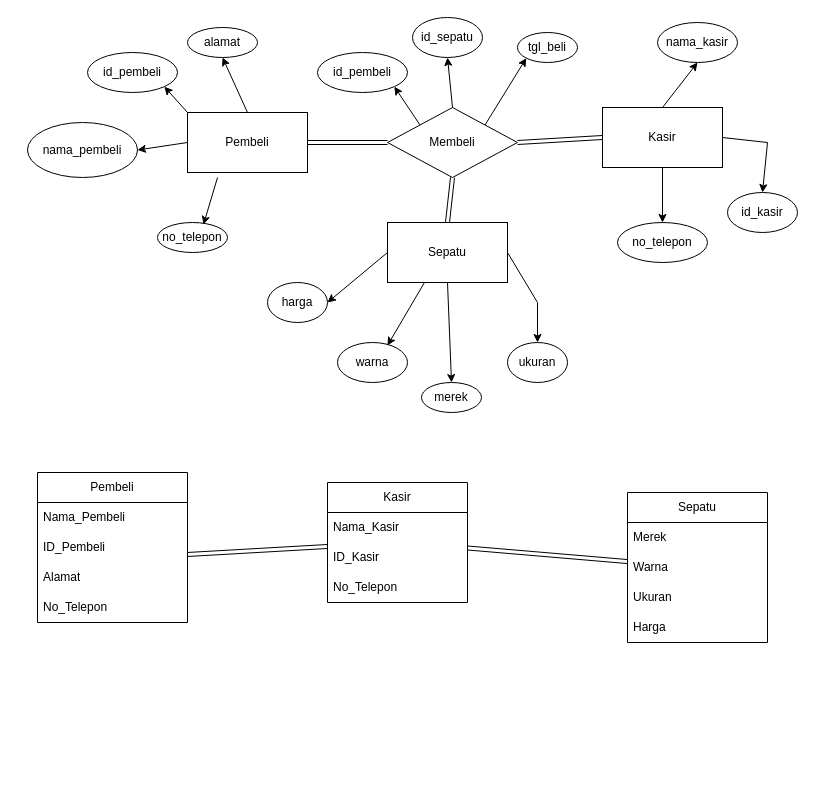
rizalmhmd/Bot-Wa keeps this draw.io diagram as Diagram Tanpa Judul.drawio. Above is the earlier version. Source tidied: cells renumbered, new cells numbered last; positions are measured from the earlier drawing's top-left corner, leaving out a move shared by most shapes. Both pictures are drawn from the tidied source at 100%, with x=0, y=0 at pixel (27, 17).
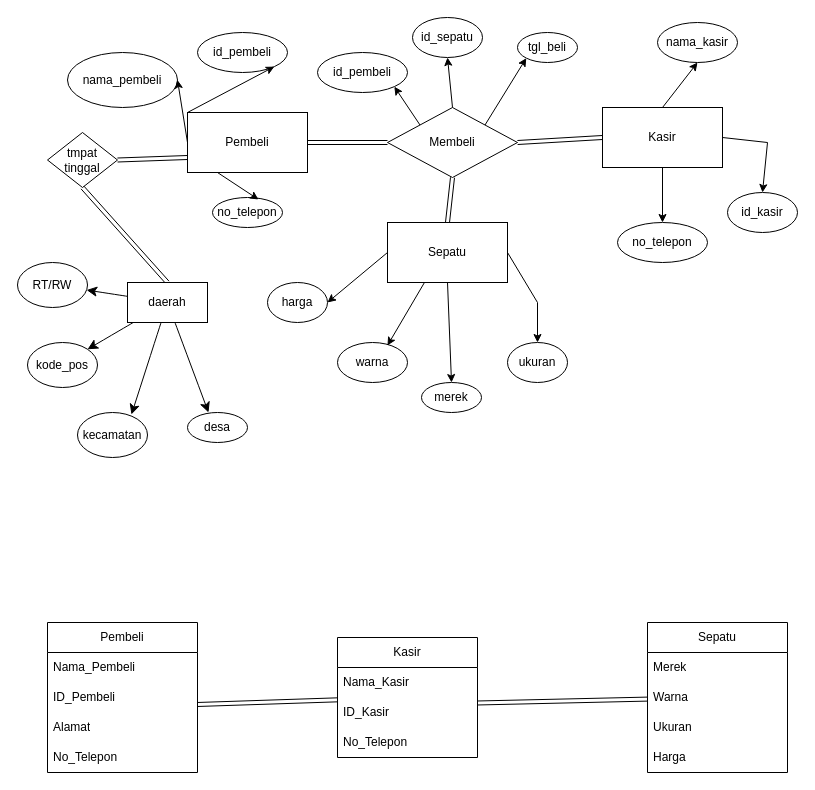
The same diagram, later.

Commit message:
Pemutakhiran Diagram Tanpa Judul

Unchanged cells that the change refers to:
```xml
<mxCell id="2" value="Pembeli" style="rounded=0;whiteSpace=wrap;html=1;" parent="1" vertex="1">
  <mxGeometry x="160" y="95" width="120" height="60" as="geometry" />
</mxCell>
```

What changed in the source:
```diff
@@
     <mxCell id="9" value="nama_pembeli" style="ellipse;whiteSpace=wrap;html=1;" parent="1" vertex="1">
-      <mxGeometry y="105" width="110" height="55" as="geometry" />
+      <mxGeometry x="40" y="35" width="110" height="55" as="geometry" />
     </mxCell>
-    <mxCell id="10" value="alamat" style="ellipse;whiteSpace=wrap;html=1;" parent="1" vertex="1">
-      <mxGeometry x="160" y="10" width="70" height="30" as="geometry" />
-    </mxCell>
     <mxCell id="11" value="no_telepon" style="ellipse;whiteSpace=wrap;html=1;" parent="1" vertex="1">
-      <mxGeometry x="130" y="205" width="70" height="30" as="geometry" />
+      <mxGeometry x="185" y="180" width="70" height="30" as="geometry" />
     </mxCell>
-    <mxCell id="12" style="endArrow=classic;html=1;rounded=0;entryX=0.657;entryY=0.067;entryDx=0;entryDy=0;entryPerimeter=0;" parent="1" edge="1" target="11">
-      <mxGeometry relative="1" as="geometry">
-        <mxPoint x="190" y="160" as="sourcePoint" />
-      </mxGeometry>
+    <mxCell id="12" style="endArrow=classic;html=1;rounded=0;entryX=0.657;entryY=0.067;entryDx=0;entryDy=0;entryPerimeter=0;exitX=0.25;exitY=1;exitDx=0;exitDy=0;exitPerimeter=0;" parent="1" edge="1" source="2" target="11">
+      <mxGeometry relative="1" as="geometry" />
     </mxCell>
-    <mxCell id="13" style="endArrow=classic;html=1;rounded=0;entryX=0.5;entryY=1;entryDx=0;entryDy=0;exitX=0.5;exitY=0;exitDx=0;exitDy=0;" parent="1" edge="1" source="2" target="10">
-      <mxGeometry relative="1" as="geometry" />
-    </mxCell>
@@
     <mxCell id="15" value="id_pembeli" style="ellipse;whiteSpace=wrap;html=1;" parent="1" vertex="1">
-      <mxGeometry x="60" y="35" width="90" height="40" as="geometry" />
+      <mxGeometry x="170" y="15" width="90" height="40" as="geometry" />
     </mxCell>
@@
     <mxCell id="37" value="Pembeli" style="swimlane;fontStyle=0;horizontal=1;startSize=30;whiteSpace=wrap;html=1;" parent="1" vertex="1">
-      <mxGeometry x="10" y="455" width="150" height="150" as="geometry" />
+      <mxGeometry x="20" y="605" width="150" height="150" as="geometry" />
     </mxCell>
@@
     <mxCell id="43" value="Kasir" style="swimlane;fontStyle=0;horizontal=1;startSize=30;whiteSpace=wrap;html=1;" parent="1" vertex="1">
-      <mxGeometry x="300" y="465" width="140" height="120" as="geometry" />
+      <mxGeometry x="310" y="620" width="140" height="120" as="geometry" />
     </mxCell>
@@
     <mxCell id="48" value="Sepatu" style="swimlane;fontStyle=0;horizontal=1;startSize=30;whiteSpace=wrap;html=1;" parent="1" vertex="1">
-      <mxGeometry x="600" y="475" width="140" height="150" as="geometry" />
+      <mxGeometry x="620" y="605" width="140" height="150" as="geometry" />
     </mxCell>
@@
+    <mxCell id="54" style="edgeStyle=none;curved=1;rounded=0;orthogonalLoop=1;jettySize=auto;html=1;exitX=0;exitY=1;exitDx=0;exitDy=0;fontSize=12;startSize=8;endSize=8;" parent="1" edge="1">
+      <mxGeometry relative="1" as="geometry">
+        <mxPoint x="120" y="320" as="sourcePoint" />
+        <mxPoint x="120" y="320" as="targetPoint" />
+      </mxGeometry>
+    </mxCell>
+    <mxCell id="55" value="kode_pos" style="ellipse;whiteSpace=wrap;html=1;" parent="1" vertex="1">
+      <mxGeometry y="325" width="70" height="45" as="geometry" />
+    </mxCell>
+    <mxCell id="56" value="desa" style="ellipse;whiteSpace=wrap;html=1;" parent="1" vertex="1">
+      <mxGeometry x="160" y="395" width="60" height="30" as="geometry" />
+    </mxCell>
+    <mxCell id="57" value="kecamatan" style="ellipse;whiteSpace=wrap;html=1;" parent="1" vertex="1">
+      <mxGeometry x="50" y="395" width="70" height="45" as="geometry" />
+    </mxCell>
+    <mxCell id="58" value="RT/RW" style="ellipse;whiteSpace=wrap;html=1;" parent="1" vertex="1">
+      <mxGeometry x="-10" y="245" width="70" height="45" as="geometry" />
+    </mxCell>
+    <mxCell id="59" style="shape=link;html=1;rounded=0;fontSize=12;startSize=8;endSize=8;curved=1;entryX=0;entryY=0.75;entryDx=0;entryDy=0;exitX=1;exitY=0.5;exitDx=0;exitDy=0;" parent="1" edge="1" source="60" target="2">
+      <mxGeometry relative="1" as="geometry" />
+    </mxCell>
+    <mxCell id="60" value="tmpat tinggal" style="rhombus;whiteSpace=wrap;html=1;" parent="1" vertex="1">
+      <mxGeometry x="20" y="115" width="70" height="55" as="geometry" />
+    </mxCell>
+    <mxCell id="61" style="shape=link;html=1;rounded=0;fontSize=12;startSize=8;endSize=8;curved=1;exitX=0.5;exitY=1;exitDx=0;exitDy=0;entryX=0.5;entryY=0;entryDx=0;entryDy=0;" parent="1" edge="1" source="60" target="64">
+      <mxGeometry relative="1" as="geometry" />
+    </mxCell>
+    <mxCell id="62" style="edgeStyle=none;curved=1;rounded=0;jettySize=auto;html=1;fontSize=12;startSize=8;endSize=8;" parent="1" edge="1" source="64" target="58">
+      <mxGeometry relative="1" as="geometry" />
+    </mxCell>
+    <mxCell id="63" style="edgeStyle=none;curved=1;rounded=0;jettySize=auto;html=1;entryX=1;entryY=0;entryDx=0;entryDy=0;fontSize=12;startSize=8;endSize=8;" parent="1" edge="1" source="64" target="55">
+      <mxGeometry relative="1" as="geometry" />
+    </mxCell>
+    <mxCell id="64" value="daerah" style="rounded=0;whiteSpace=wrap;html=1;" parent="1" vertex="1">
+      <mxGeometry x="100" y="265" width="80" height="40" as="geometry" />
+    </mxCell>
+    <mxCell id="65" style="edgeStyle=none;curved=1;rounded=0;jettySize=auto;html=1;entryX=0.771;entryY=0.044;entryDx=0;entryDy=0;entryPerimeter=0;fontSize=12;startSize=8;endSize=8;" parent="1" edge="1" source="64" target="57">
+      <mxGeometry relative="1" as="geometry" />
+    </mxCell>
+    <mxCell id="66" style="edgeStyle=none;curved=1;rounded=0;jettySize=auto;html=1;entryX=0.35;entryY=0;entryDx=0;entryDy=0;entryPerimeter=0;fontSize=12;startSize=8;endSize=8;" parent="1" edge="1" source="64" target="56">
+      <mxGeometry relative="1" as="geometry" />
+    </mxCell>
```
